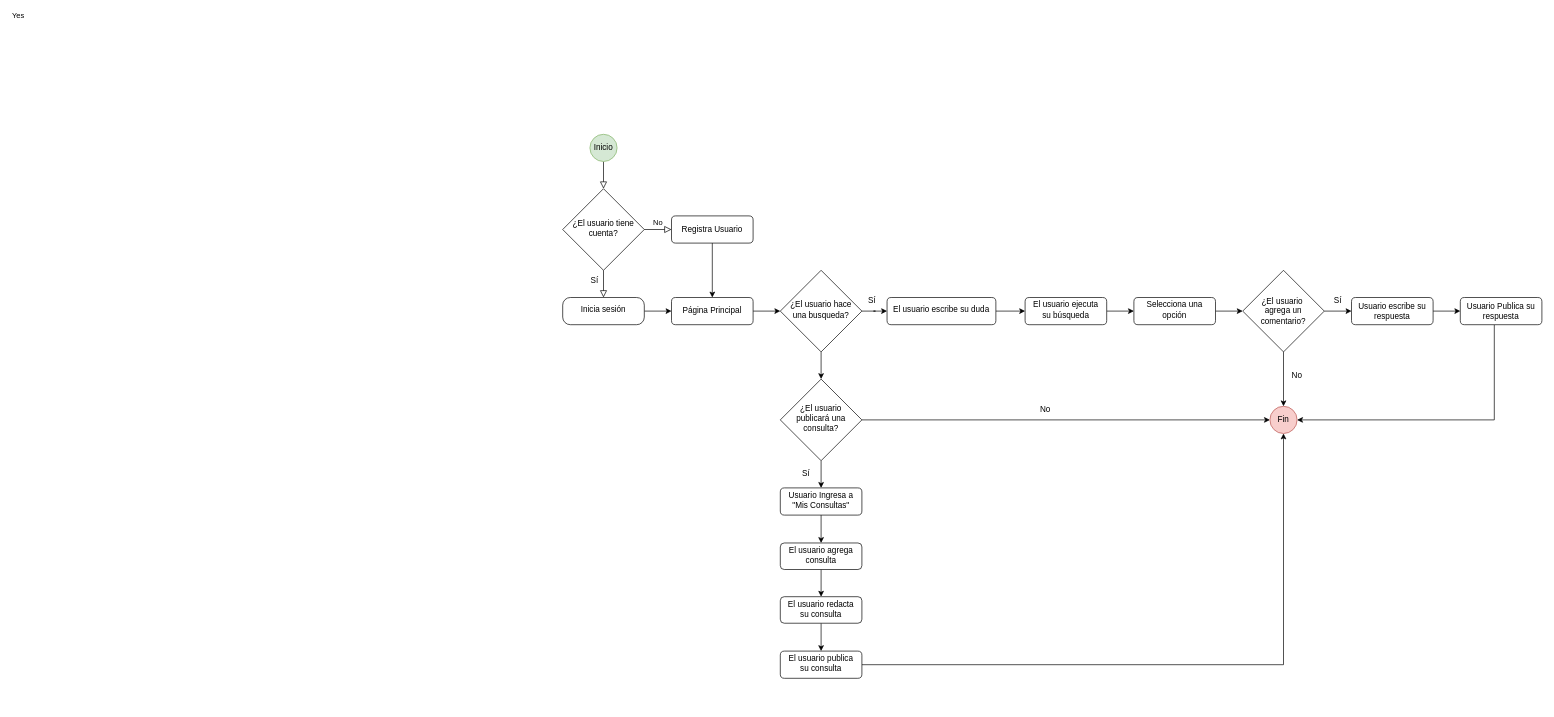
Before: Diagrama sin título.drawio in ELENAHCH18/Proyecto_Colabora, a draw.io diagram. Source tidied: cells renumbered, new cells numbered last; positions are measured from the earlier drawing's top-left corner, leaving out a move shared by most shapes. Both pictures are drawn from the tidied source at 68%, with x=0, y=0 at pixel (562, 134).
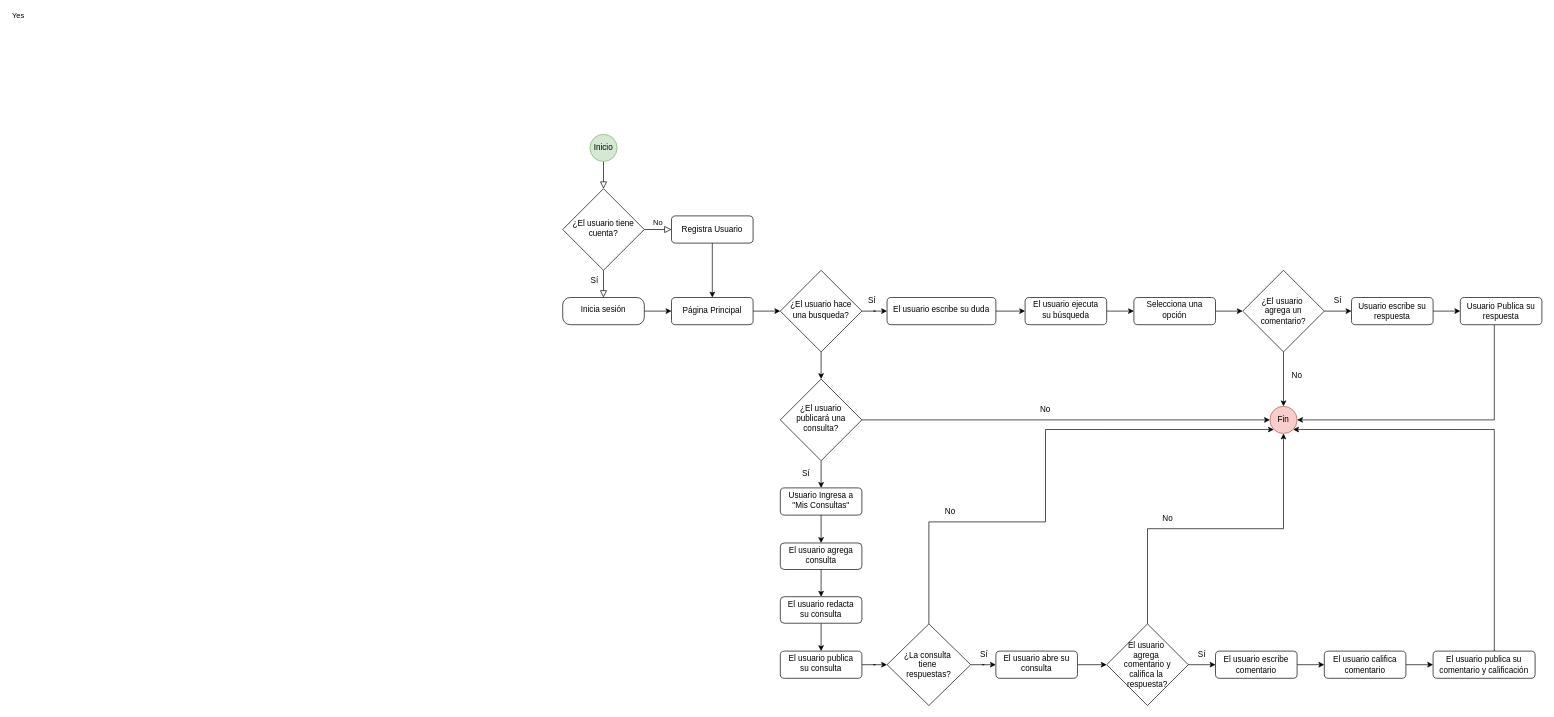
The same diagram, later.

Commit message:
Diagrama Actualizado

Unchanged cells that the change refers to:
```xml
<mxCell id="29" value="Fin" style="ellipse;whiteSpace=wrap;html=1;fillColor=#f8cecc;strokeColor=#b85450;" parent="1" vertex="1">
  <mxGeometry x="1040" y="400" width="40" height="40" as="geometry" />
</mxCell>
<mxCell id="44" value="El usuario publica su consulta" style="whiteSpace=wrap;html=1;rounded=1;shadow=0;strokeWidth=1;spacing=6;spacingTop=-4;" parent="1" vertex="1">
  <mxGeometry x="320" y="760" width="120" height="40" as="geometry" />
</mxCell>
```

The edit, as a diff of the source:
```diff
@@
-    <mxCell id="43" style="edgeStyle=orthogonalEdgeStyle;rounded=0;jettySize=auto;html=1;entryX=0.5;entryY=1;entryDx=0;entryDy=0;" parent="1" edge="1" source="44" target="29">
-      <mxGeometry relative="1" as="geometry" />
-    </mxCell>
+    <mxCell id="47" style="edgeStyle=orthogonalEdgeStyle;rounded=0;jettySize=auto;html=1;" parent="1" edge="1" source="44" target="50">
+      <mxGeometry relative="1" as="geometry" />
+    </mxCell>
@@
+    <mxCell id="48" style="edgeStyle=orthogonalEdgeStyle;rounded=0;jettySize=auto;html=1;entryX=0;entryY=1;entryDx=0;entryDy=0;" parent="1" edge="1" source="50" target="29">
+      <mxGeometry relative="1" as="geometry">
+        <Array as="points">
+          <mxPoint x="539" y="570" />
+          <mxPoint x="710" y="570" />
+          <mxPoint x="710" y="434" />
+        </Array>
+      </mxGeometry>
+    </mxCell>
+    <mxCell id="49" style="edgeStyle=orthogonalEdgeStyle;rounded=0;jettySize=auto;html=1;" parent="1" edge="1" source="50" target="52">
+      <mxGeometry relative="1" as="geometry" />
+    </mxCell>
+    <mxCell id="50" value="¿La consulta&amp;nbsp;&lt;div&gt;tiene&amp;nbsp;&lt;/div&gt;&lt;div&gt;respuestas?&lt;/div&gt;" style="rhombus;whiteSpace=wrap;html=1;" parent="1" vertex="1">
+      <mxGeometry x="477" y="720" width="123" height="120" as="geometry" />
+    </mxCell>
+    <mxCell id="51" style="edgeStyle=orthogonalEdgeStyle;rounded=0;jettySize=auto;html=1;" parent="1" edge="1" source="52" target="55">
+      <mxGeometry relative="1" as="geometry" />
+    </mxCell>
+    <mxCell id="52" value="El usuario abre su consulta" style="whiteSpace=wrap;html=1;rounded=1;shadow=0;strokeWidth=1;spacing=6;spacingTop=-4;" parent="1" vertex="1">
+      <mxGeometry x="637" y="760" width="120" height="40" as="geometry" />
+    </mxCell>
+    <mxCell id="53" style="edgeStyle=orthogonalEdgeStyle;rounded=0;jettySize=auto;html=1;exitX=0.5;exitY=0;exitDx=0;exitDy=0;" parent="1" edge="1" source="55" target="29">
+      <mxGeometry relative="1" as="geometry" />
+    </mxCell>
+    <mxCell id="54" style="edgeStyle=orthogonalEdgeStyle;rounded=0;jettySize=auto;html=1;" parent="1" edge="1" source="55" target="57">
+      <mxGeometry relative="1" as="geometry" />
+    </mxCell>
+    <mxCell id="55" value="El usuario&amp;nbsp;&lt;div&gt;agrega&amp;nbsp;&lt;/div&gt;&lt;div&gt;comentario y califica&amp;nbsp;&lt;span style=&quot;background-color: initial;&quot;&gt;la&amp;nbsp;&lt;/span&gt;&lt;/div&gt;&lt;div&gt;respuesta?&lt;/div&gt;" style="rhombus;whiteSpace=wrap;html=1;" parent="1" vertex="1">
+      <mxGeometry x="800" y="720" width="120" height="120" as="geometry" />
+    </mxCell>
+    <mxCell id="56" style="edgeStyle=orthogonalEdgeStyle;rounded=0;jettySize=auto;html=1;" parent="1" edge="1" source="57" target="59">
+      <mxGeometry relative="1" as="geometry" />
+    </mxCell>
+    <mxCell id="57" value="El usuario escribe comentario" style="rounded=1;whiteSpace=wrap;html=1;" parent="1" vertex="1">
+      <mxGeometry x="960" y="760" width="120" height="40" as="geometry" />
+    </mxCell>
+    <mxCell id="58" style="edgeStyle=orthogonalEdgeStyle;rounded=0;jettySize=auto;html=1;" parent="1" edge="1" source="59" target="61">
+      <mxGeometry relative="1" as="geometry" />
+    </mxCell>
+    <mxCell id="59" value="El usuario califica comentario" style="rounded=1;whiteSpace=wrap;html=1;" parent="1" vertex="1">
+      <mxGeometry x="1120" y="760" width="120" height="40" as="geometry" />
+    </mxCell>
+    <mxCell id="60" style="edgeStyle=orthogonalEdgeStyle;rounded=0;jettySize=auto;html=1;entryX=1;entryY=1;entryDx=0;entryDy=0;" parent="1" edge="1" source="61" target="29">
+      <mxGeometry relative="1" as="geometry">
+        <Array as="points">
+          <mxPoint x="1370" y="434" />
+        </Array>
+      </mxGeometry>
+    </mxCell>
+    <mxCell id="61" value="El usuario publica su comentario y calificación" style="whiteSpace=wrap;html=1;rounded=1;" parent="1" vertex="1">
+      <mxGeometry x="1280" y="760" width="150" height="40" as="geometry" />
+    </mxCell>
+    <mxCell id="62" value="No" style="text;html=1;align=center;verticalAlign=middle;whiteSpace=wrap;rounded=0;" parent="1" vertex="1">
+      <mxGeometry x="540" y="540" width="60" height="30" as="geometry" />
+    </mxCell>
+    <mxCell id="63" value="Sí" style="text;html=1;align=center;verticalAlign=middle;whiteSpace=wrap;rounded=0;" parent="1" vertex="1">
+      <mxGeometry x="590" y="750" width="60" height="30" as="geometry" />
+    </mxCell>
+    <mxCell id="64" value="Sí" style="text;html=1;align=center;verticalAlign=middle;whiteSpace=wrap;rounded=0;" parent="1" vertex="1">
+      <mxGeometry x="910" y="750" width="60" height="30" as="geometry" />
+    </mxCell>
+    <mxCell id="65" value="No" style="text;html=1;align=center;verticalAlign=middle;whiteSpace=wrap;rounded=0;" parent="1" vertex="1">
+      <mxGeometry x="860" y="550" width="60" height="30" as="geometry" />
+    </mxCell>
```
